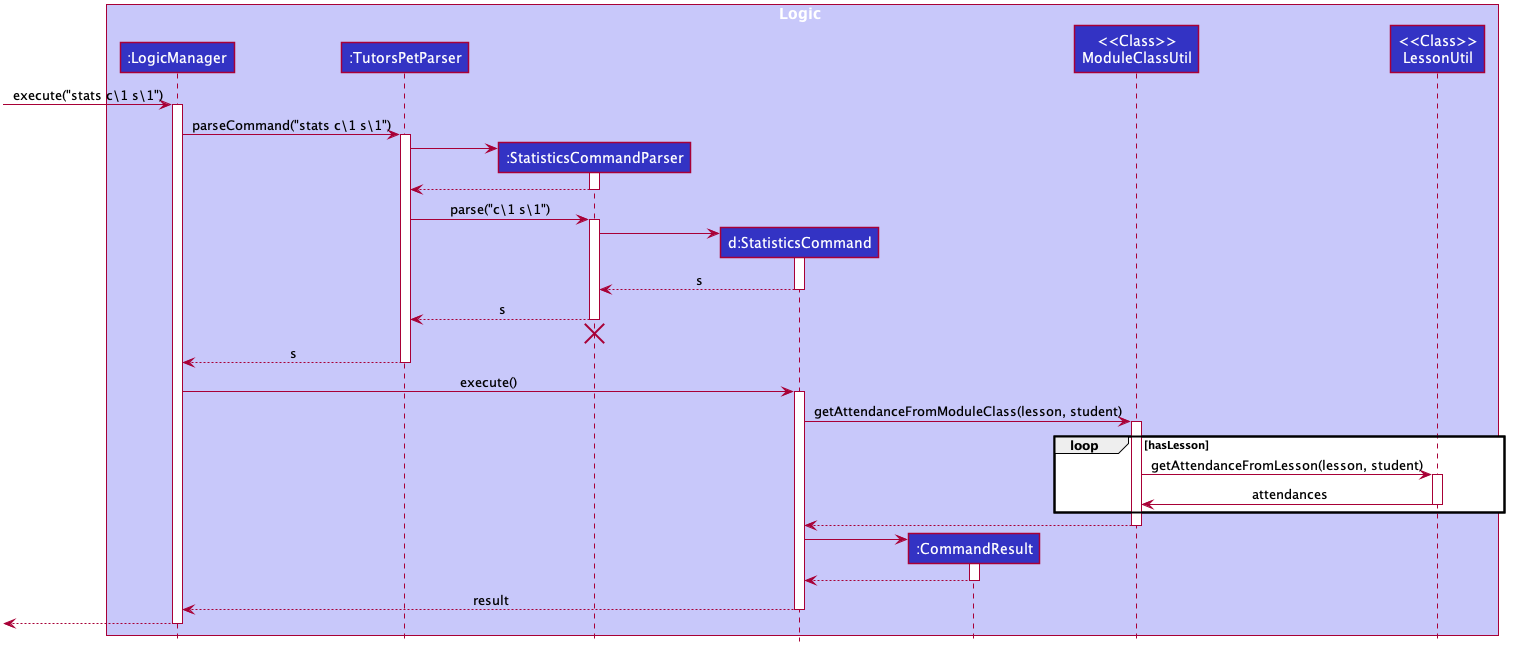
Earlier version of the PlantUML export docs/images/StatisticsSequenceDiagram.png (ypinhsuan/tp). Its diagram source:
```plantuml
@startuml








skinparam BackgroundColor #FFFFFFF

skinparam Shadowing false

skinparam Class {
    FontColor #FFFFFF
    BorderThickness 1
    BorderColor #FFFFFF
    StereotypeFontColor #FFFFFF
    FontName Arial
}

skinparam Actor {
    BorderColor #000000
    Color #000000
    FontName Arial
}

skinparam Sequence {
    MessageAlign center
    BoxFontSize 15
    BoxPadding 0
    BoxFontColor #FFFFFF
    FontName Arial
}

skinparam Participant {
    FontColor #FFFFFFF
    Padding 20
}

skinparam MinClassWidth 50
skinparam ParticipantPadding 10
skinparam Shadowing false
skinparam DefaultTextAlignment center
skinparam packageStyle Rectangle

hide footbox
hide members
hide circle

box Logic #C8C8FA
participant ":LogicManager" as LogicManager #3333C4
participant ":TutorsPetParser" as TutorsPetParser #3333C4
participant ":StatisticsCommandParser" as StatisticsCommandParser #3333C4
participant "d:StatisticsCommand" as StatisticsCommand #3333C4
participant ":CommandResult" as CommandResult #3333C4
participant "<<Class>>\nModuleClassUtil" as ModuleClassUtil #3333C4
participant "<<Class>>\nLessonUtil" as LessonUtil #3333C4

end box

[-> LogicManager : execute("stats c\1 s\1")
activate LogicManager

LogicManager -> TutorsPetParser : parseCommand("stats c\1 s\1")
activate TutorsPetParser

create StatisticsCommandParser
TutorsPetParser -> StatisticsCommandParser
activate StatisticsCommandParser

StatisticsCommandParser --> TutorsPetParser
deactivate StatisticsCommandParser

TutorsPetParser -> StatisticsCommandParser: parse("c\1 s\1")
activate StatisticsCommandParser

create StatisticsCommand
StatisticsCommandParser -> StatisticsCommand
activate StatisticsCommand

StatisticsCommand --> StatisticsCommandParser : s
deactivate StatisticsCommand

StatisticsCommandParser --> TutorsPetParser : s
deactivate StatisticsCommandParser
StatisticsCommandParser -[hidden]-> TutorsPetParser
destroy StatisticsCommandParser

TutorsPetParser --> LogicManager : s
deactivate TutorsPetParser

LogicManager -> StatisticsCommand : execute()
activate StatisticsCommand

StatisticsCommand -> ModuleClassUtil : getAttendanceFromModuleClass(lesson, student)
activate ModuleClassUtil

loop hasLesson
    ModuleClassUtil -> LessonUtil : getAttendanceFromLesson(lesson, student)
    activate LessonUtil

    LessonUtil -> ModuleClassUtil : attendances
    deactivate LessonUtil
end

ModuleClassUtil --> StatisticsCommand
deactivate ModuleClassUtil

create CommandResult
StatisticsCommand -> CommandResult
activate CommandResult

CommandResult --> StatisticsCommand
deactivate CommandResult

StatisticsCommand --> LogicManager : result
deactivate StatisticsCommand

[<--LogicManager
deactivate LogicManager
@enduml
```
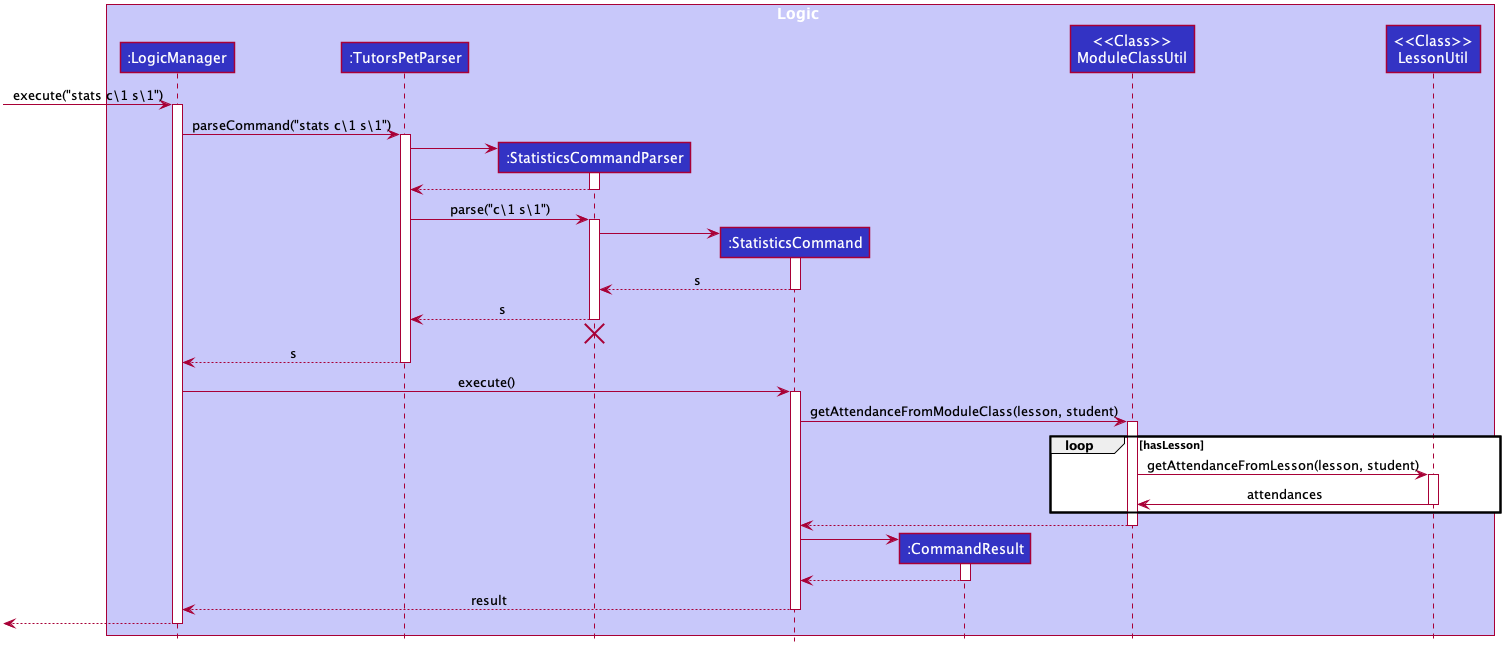
After the change.

Commit message:
Improve based on PR review

Diff of the diagram source:
```diff
@@ -52,7 +52,7 @@
 participant ":LogicManager" as LogicManager #3333C4
 participant ":TutorsPetParser" as TutorsPetParser #3333C4
 participant ":StatisticsCommandParser" as StatisticsCommandParser #3333C4
-participant "d:StatisticsCommand" as StatisticsCommand #3333C4
+participant ":StatisticsCommand" as StatisticsCommand #3333C4
 participant ":CommandResult" as CommandResult #3333C4
 participant "<<Class>>\nModuleClassUtil" as ModuleClassUtil #3333C4
 participant "<<Class>>\nLessonUtil" as LessonUtil #3333C4
```
